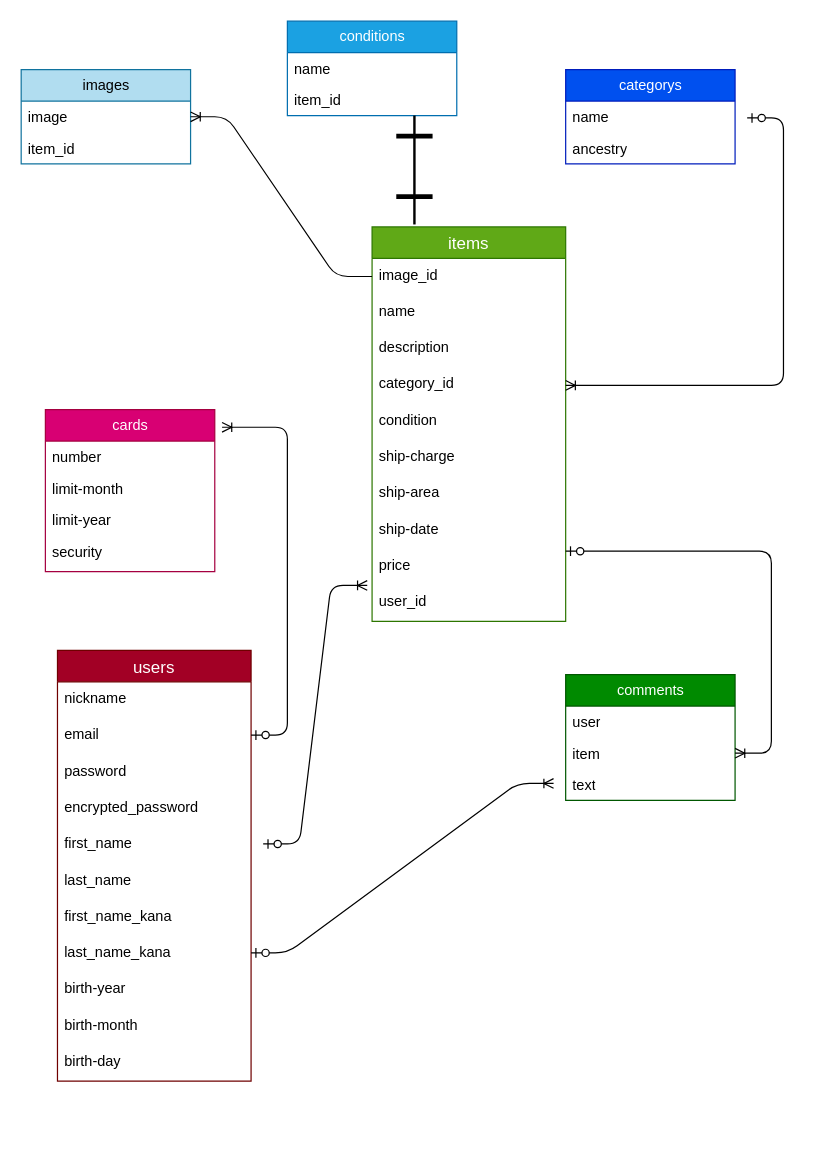
Earlier version of the draw.io diagram test.dio (yosyua0016/furima-40345). Source tidied: cells renumbered, new cells numbered last; positions are measured from the earlier drawing's top-left corner, leaving out a move shared by most shapes. Both pictures are drawn from the tidied source at 121%, with x=0, y=0 at pixel (21, 21).
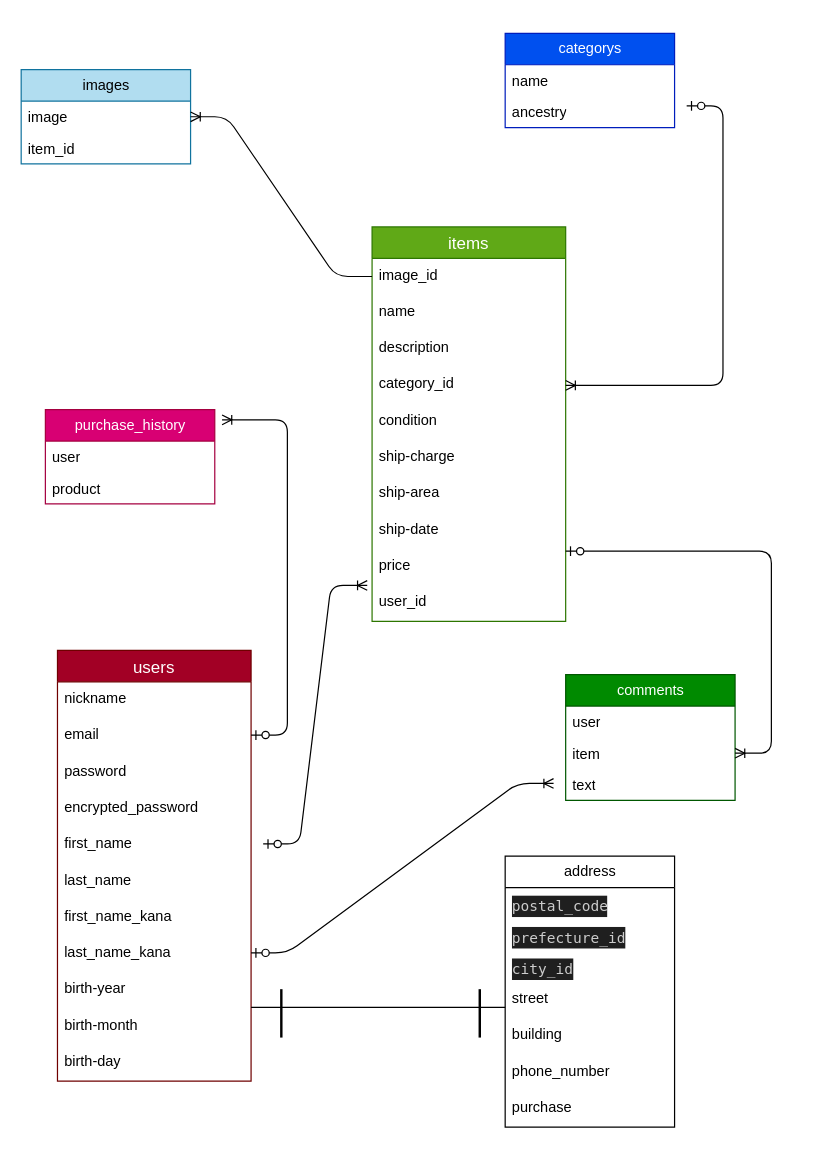
Above is the later version.

The change refers to these unchanged cells:
```xml
<mxCell id="25" value="category_id" style="text;strokeColor=none;fillColor=none;spacingLeft=4;spacingRight=4;overflow=hidden;points=[[0,0.5],[1,0.5]];portConstraint=eastwest;fontSize=12;" parent="21" vertex="1">
  <mxGeometry y="116" width="160" height="30" as="geometry" />
</mxCell>
```

Change to the diagram source:
```diff
@@
     <mxCell id="5" value="categorys" style="swimlane;fontStyle=0;horizontal=1;startSize=26;fillColor=#0050ef;html=1;fontColor=#ffffff;strokeColor=#001DBC;" parent="1" vertex="1">
-      <mxGeometry x="450" y="40" width="140" height="78" as="geometry" />
+      <mxGeometry x="400" y="10" width="140" height="78" as="geometry" />
     </mxCell>
@@
-    <mxCell id="8" style="edgeStyle=none;html=1;endArrow=none;endFill=0;" parent="1" edge="1" source="9">
+    <mxCell id="8" style="edgeStyle=none;html=1;endArrow=none;endFill=0;" parent="1" edge="1">
       <mxGeometry relative="1" as="geometry">
+        <mxPoint x="360" y="40" as="sourcePoint" />
         <mxPoint x="360" y="40" as="targetPoint" />
       </mxGeometry>
     </mxCell>
-    <mxCell id="9" value="conditions" style="swimlane;fontStyle=0;horizontal=1;startSize=26;fillColor=#1ba1e2;html=1;fontColor=#ffffff;strokeColor=#006EAF;" parent="1" vertex="1">
-      <mxGeometry x="220" width="140" height="78" as="geometry" />
-    </mxCell>
-    <mxCell id="10" value="name" style="text;strokeColor=none;fillColor=none;align=left;verticalAlign=top;spacingLeft=4;spacingRight=4;overflow=hidden;whiteSpace=wrap;html=1;" parent="9" vertex="1">
-      <mxGeometry y="26" width="140" height="26" as="geometry" />
-    </mxCell>
-    <mxCell id="11" value="item_id" style="text;strokeColor=none;fillColor=none;align=left;verticalAlign=top;spacingLeft=4;spacingRight=4;overflow=hidden;whiteSpace=wrap;html=1;" parent="9" vertex="1">
-      <mxGeometry y="52" width="140" height="26" as="geometry" />
-    </mxCell>
@@
-    <mxCell id="16" value="cards" style="swimlane;fontStyle=0;horizontal=1;startSize=26;fillColor=#d80073;html=1;fontColor=#ffffff;strokeColor=#A50040;" parent="1" vertex="1">
-      <mxGeometry x="20" y="321" width="140" height="134" as="geometry" />
+    <mxCell id="16" value="purchase_history" style="swimlane;fontStyle=0;horizontal=1;startSize=26;fillColor=#d80073;html=1;fontColor=#ffffff;strokeColor=#A50040;" parent="1" vertex="1">
+      <mxGeometry x="20" y="321" width="140" height="78" as="geometry" />
     </mxCell>
-    <mxCell id="17" value="number" style="text;strokeColor=none;fillColor=none;align=left;verticalAlign=top;spacingLeft=4;spacingRight=4;overflow=hidden;whiteSpace=wrap;html=1;" parent="16" vertex="1">
+    <mxCell id="17" value="user" style="text;strokeColor=none;fillColor=none;align=left;verticalAlign=top;spacingLeft=4;spacingRight=4;overflow=hidden;whiteSpace=wrap;html=1;" parent="16" vertex="1">
       <mxGeometry y="26" width="140" height="26" as="geometry" />
     </mxCell>
-    <mxCell id="18" value="limit-month" style="text;strokeColor=none;fillColor=none;align=left;verticalAlign=top;spacingLeft=4;spacingRight=4;overflow=hidden;whiteSpace=wrap;html=1;" parent="16" vertex="1">
+    <mxCell id="18" value="product" style="text;strokeColor=none;fillColor=none;align=left;verticalAlign=top;spacingLeft=4;spacingRight=4;overflow=hidden;whiteSpace=wrap;html=1;" parent="16" vertex="1">
       <mxGeometry y="52" width="140" height="26" as="geometry" />
     </mxCell>
-    <mxCell id="19" value="limit-year" style="text;strokeColor=none;fillColor=none;align=left;verticalAlign=top;spacingLeft=4;spacingRight=4;overflow=hidden;whiteSpace=wrap;html=1;" parent="16" vertex="1">
-      <mxGeometry y="78" width="140" height="26" as="geometry" />
-    </mxCell>
-    <mxCell id="20" value="security" style="text;strokeColor=none;fillColor=none;spacingLeft=4;spacingRight=4;overflow=hidden;fontSize=12;" parent="16" vertex="1">
-      <mxGeometry y="104" width="140" height="30" as="geometry" />
-    </mxCell>
@@
     <mxCell id="44" style="edgeStyle=entityRelationEdgeStyle;fontSize=12;html=1;endArrow=ERoneToMany;startArrow=ERzeroToOne;" parent="1" edge="1" target="25">
       <mxGeometry relative="1" as="geometry">
-        <mxPoint x="600" y="80" as="sourcePoint" />
+        <mxPoint x="550" y="70" as="sourcePoint" />
       </mxGeometry>
     </mxCell>
@@
-    <mxCell id="46" style="line;strokeWidth=2;direction=south;html=1;" parent="1" vertex="1">
-      <mxGeometry x="320" y="78" width="10" height="90" as="geometry" />
-    </mxCell>
@@
-    <mxCell id="51" style="line;strokeWidth=4;html=1;perimeter=backbonePerimeter;" parent="1" vertex="1">
-      <mxGeometry x="310" y="90" width="30" height="10" as="geometry" />
-    </mxCell>
-    <mxCell id="52" style="line;strokeWidth=4;html=1;perimeter=backbonePerimeter;" parent="1" vertex="1">
-      <mxGeometry x="310" y="140" width="30" height="10" as="geometry" />
-    </mxCell>
+    <mxCell id="53" value="address" style="swimlane;fontStyle=0;horizontal=1;startSize=26;fillColor=none;html=1;" parent="1" vertex="1">
+      <mxGeometry x="400" y="690" width="140" height="224" as="geometry" />
+    </mxCell>
+    <mxCell id="54" value="&lt;div style=&quot;color: rgb(204, 204, 204); background-color: rgb(31, 31, 31); font-family: Menlo, Monaco, &amp;quot;Courier New&amp;quot;, monospace; line-height: 18px;&quot;&gt;postal_code&lt;/div&gt;" style="text;strokeColor=none;fillColor=none;align=left;verticalAlign=top;spacingLeft=4;spacingRight=4;overflow=hidden;whiteSpace=wrap;html=1;" parent="53" vertex="1">
+      <mxGeometry y="26" width="140" height="26" as="geometry" />
+    </mxCell>
+    <mxCell id="55" value="&lt;div style=&quot;color: rgb(204, 204, 204); background-color: rgb(31, 31, 31); font-family: Menlo, Monaco, &amp;quot;Courier New&amp;quot;, monospace; line-height: 18px;&quot;&gt;prefecture_id &lt;/div&gt;" style="text;strokeColor=none;fillColor=none;align=left;verticalAlign=top;spacingLeft=4;spacingRight=4;overflow=hidden;whiteSpace=wrap;html=1;" parent="53" vertex="1">
+      <mxGeometry y="52" width="140" height="26" as="geometry" />
+    </mxCell>
+    <mxCell id="56" value="&lt;div style=&quot;color: rgb(204, 204, 204); background-color: rgb(31, 31, 31); font-family: Menlo, Monaco, &amp;quot;Courier New&amp;quot;, monospace; line-height: 18px;&quot;&gt;city_id &lt;/div&gt;" style="text;strokeColor=none;fillColor=none;align=left;verticalAlign=top;spacingLeft=4;spacingRight=4;overflow=hidden;whiteSpace=wrap;html=1;" parent="53" vertex="1">
+      <mxGeometry y="78" width="140" height="26" as="geometry" />
+    </mxCell>
+    <mxCell id="57" value="street" style="text;strokeColor=none;fillColor=none;spacingLeft=4;spacingRight=4;overflow=hidden;fontSize=12;" parent="53" vertex="1">
+      <mxGeometry y="104" width="140" height="30" as="geometry" />
+    </mxCell>
+    <mxCell id="58" value="building" style="text;strokeColor=none;fillColor=none;spacingLeft=4;spacingRight=4;overflow=hidden;fontSize=12;" parent="53" vertex="1">
+      <mxGeometry y="134" width="140" height="30" as="geometry" />
+    </mxCell>
+    <mxCell id="59" value="phone_number" style="text;strokeColor=none;fillColor=none;spacingLeft=4;spacingRight=4;overflow=hidden;fontSize=12;" parent="53" vertex="1">
+      <mxGeometry y="164" width="140" height="30" as="geometry" />
+    </mxCell>
+    <mxCell id="60" value="purchase" style="text;strokeColor=none;fillColor=none;spacingLeft=4;spacingRight=4;overflow=hidden;fontSize=12;" parent="53" vertex="1">
+      <mxGeometry y="194" width="140" height="30" as="geometry" />
+    </mxCell>
+    <mxCell id="61" style="line;strokeWidth=1;dashed=0;labelPosition=right;align=left;verticalAlign=middle;spacingTop=0;spacingLeft=6;" parent="1" vertex="1">
+      <mxGeometry x="190" y="810" width="210" height="10" as="geometry" />
+    </mxCell>
+    <mxCell id="62" style="line;strokeWidth=2;direction=south;html=1;" parent="1" vertex="1">
+      <mxGeometry x="374" y="800" width="10" height="40" as="geometry" />
+    </mxCell>
+    <mxCell id="63" style="line;strokeWidth=2;direction=south;html=1;" parent="1" vertex="1">
+      <mxGeometry x="210" y="800" width="10" height="40" as="geometry" />
+    </mxCell>
```
